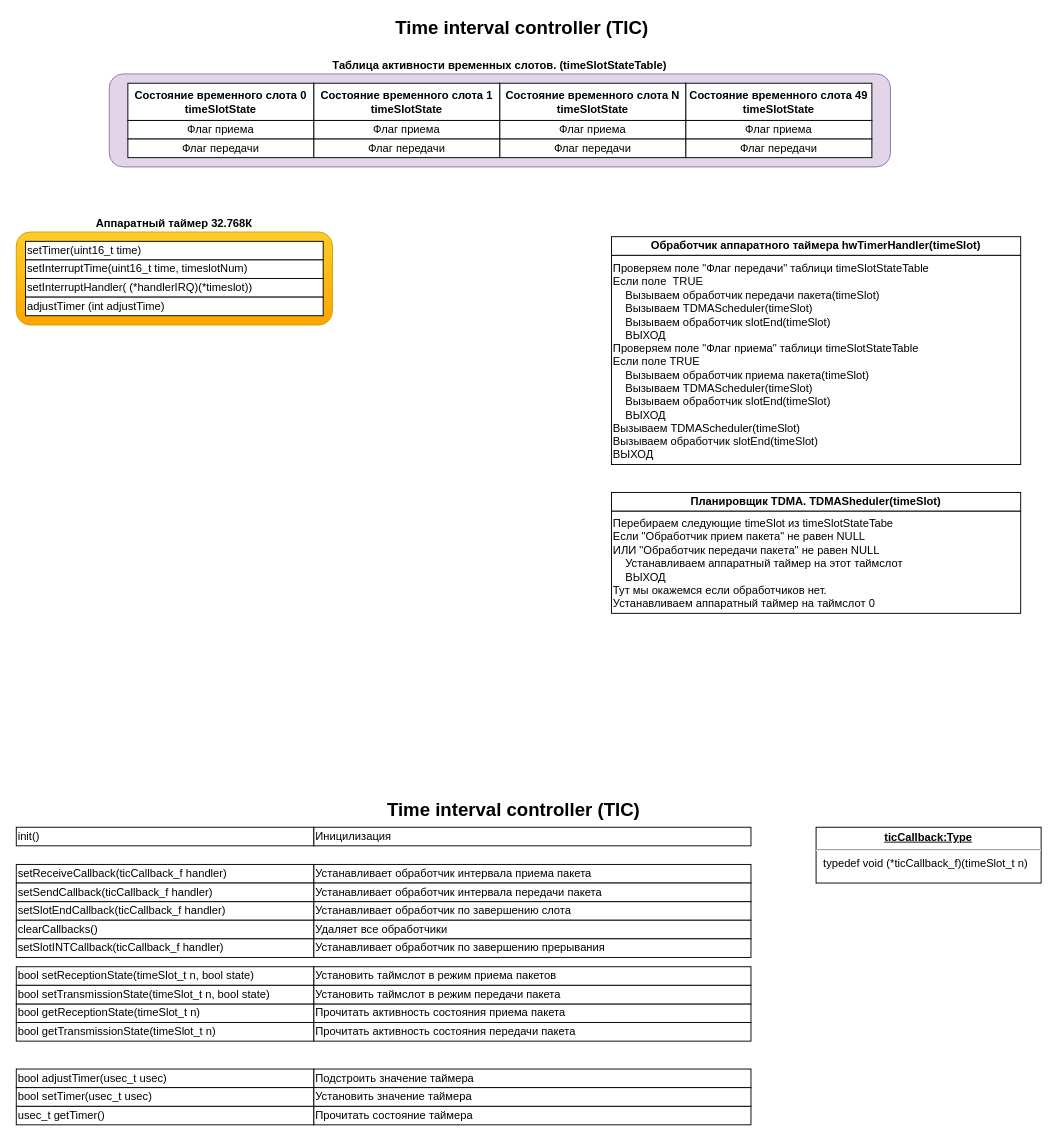
Before: page "tic" (1 of 9) of documentation/programm modules/modulse struct.drawio in saurex83/WMNU, a draw.io diagram. Source tidied: cells renumbered, new cells numbered last; positions are measured from the earlier drawing's top-left corner, leaving out a move shared by most shapes. Both pictures are drawn from the tidied source at 93%, with x=0, y=0 at pixel (16, 18).
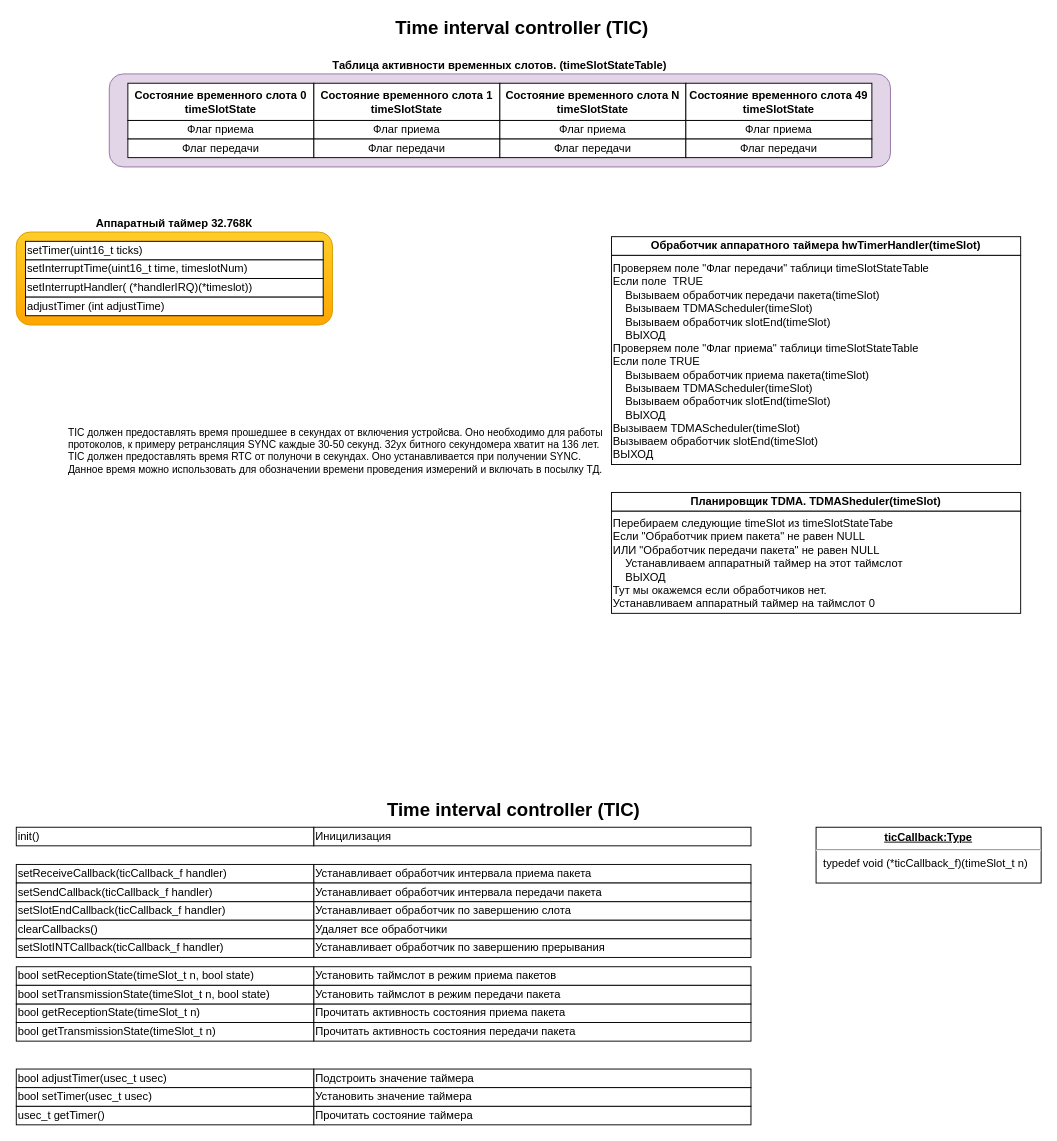
The same page after the edit.

Diff of the diagram source:
```diff
@@
-    <mxCell id="17" value="&lt;span style=&quot;white-space: normal;&quot;&gt;setTimer(uint16_t time)&lt;/span&gt;" style="rounded=0;whiteSpace=wrap;html=1;labelBackgroundColor=none;fontSize=12;fontColor=#000000;align=left;" parent="1" vertex="1">
+    <mxCell id="17" value="&lt;span style=&quot;white-space: normal&quot;&gt;setTimer(uint16_t ticks)&lt;/span&gt;" style="rounded=0;whiteSpace=wrap;html=1;labelBackgroundColor=none;fontSize=12;fontColor=#000000;align=left;" parent="1" vertex="1">
       <mxGeometry x="10" y="240" width="320" height="20" as="geometry" />
     </mxCell>
@@
+    <mxCell id="53" value="TIC должен предоставлять время прошедшее в секундах от включения устройсва. Оно необходимо для работы&amp;nbsp;&lt;br style=&quot;font-size: 11px;&quot;&gt;протоколов, к примеру ретрансляция SYNC каждые 30-50 секунд. 32ух битного секундомера хватит на 136 лет.&lt;br style=&quot;font-size: 11px;&quot;&gt;TIC должен предоставлять время RTC от полуночи в секундах. Оно устанавливается при получении SYNC.&lt;br style=&quot;font-size: 11px;&quot;&gt;Данное время можно использовать для обозначении времени проведения измерений и включать в посылку ТД." style="text;html=1;align=left;verticalAlign=top;spacingTop=-4;fontSize=11;" parent="1" vertex="1">
+      <mxGeometry x="54" y="437" width="490" height="50" as="geometry" />
+    </mxCell>
```
